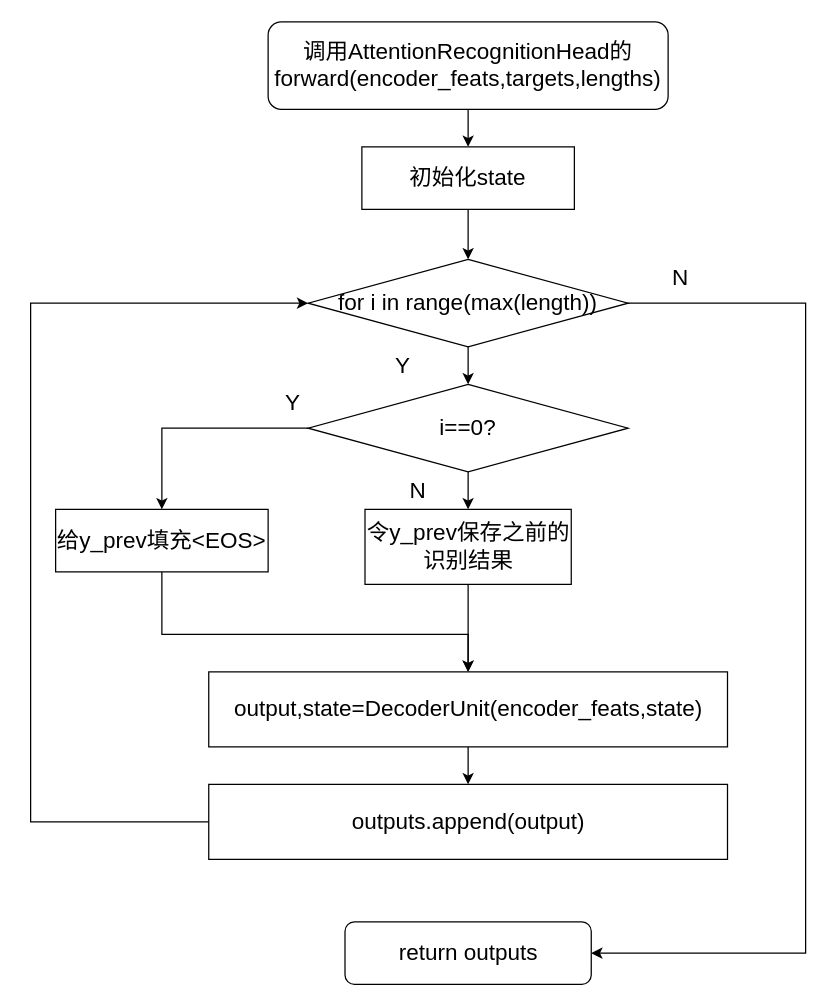
Dong-J93/_pictures keeps this draw.io diagram as thesis_att_net1.drawio. Above is the earlier version. Source tidied: cells renumbered, new cells numbered last; positions are measured from the earlier drawing's top-left corner, leaving out a move shared by most shapes. Both pictures are drawn from the tidied source at 125%, with x=0, y=0 at pixel (30, 21).
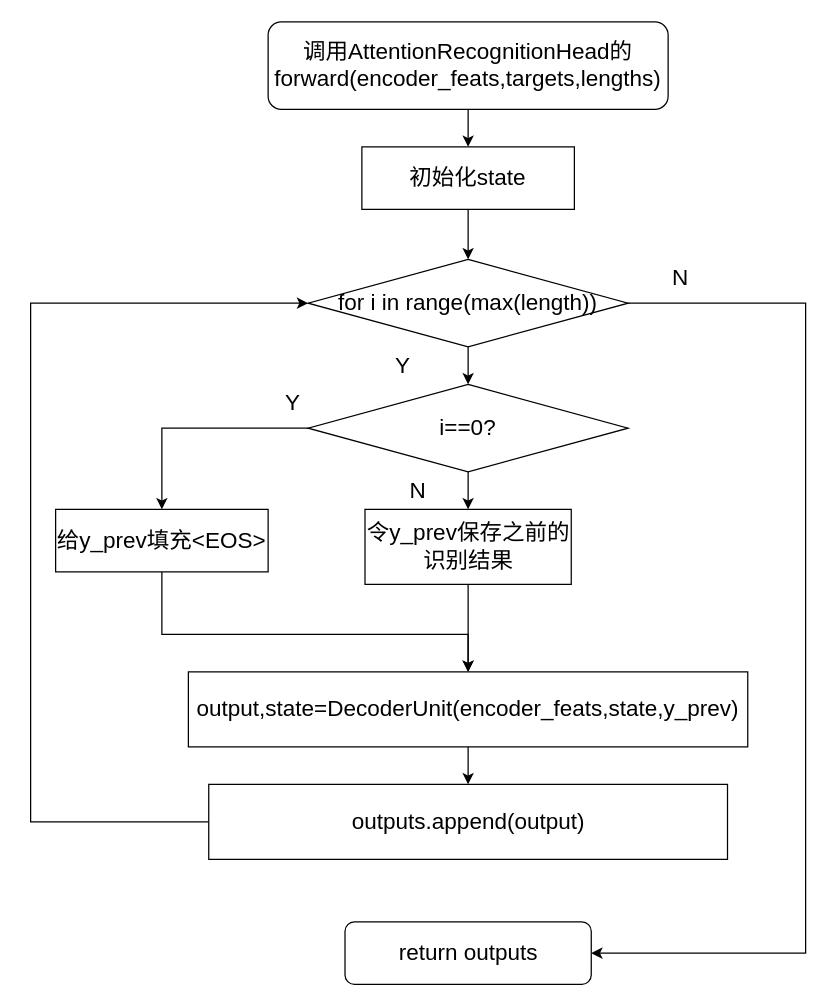
Above is the later version.

Diff of the diagram source:
```diff
@@
-    <mxCell id="20" value="&lt;font style=&quot;font-size: 18px;&quot;&gt;output,state=DecoderUnit(encoder_feats,state)&lt;/font&gt;" style="whiteSpace=wrap;html=1;" parent="1" vertex="1">
-      <mxGeometry x="142.5" y="520" width="415" height="60" as="geometry" />
+    <mxCell id="20" value="&lt;font style=&quot;font-size: 18px;&quot;&gt;output,state=DecoderUnit(encoder_feats,state,y_prev)&lt;/font&gt;" style="whiteSpace=wrap;html=1;" parent="1" vertex="1">
+      <mxGeometry x="126.2" y="520" width="447.5" height="60" as="geometry" />
     </mxCell>
```
